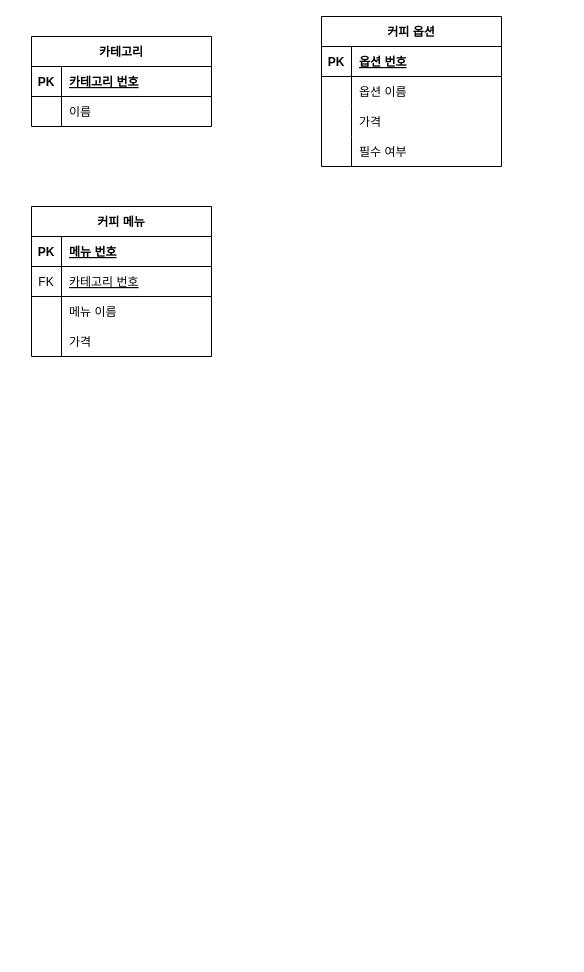
Earlier version of the draw.io diagram physical_ERD.drawio (jdohun/22-1Database). Source tidied: cells renumbered, new cells numbered last; positions are measured from the earlier drawing's top-left corner, leaving out a move shared by most shapes. Both pictures are drawn from the tidied source at 100%, with x=0, y=0 at pixel (31, 16).
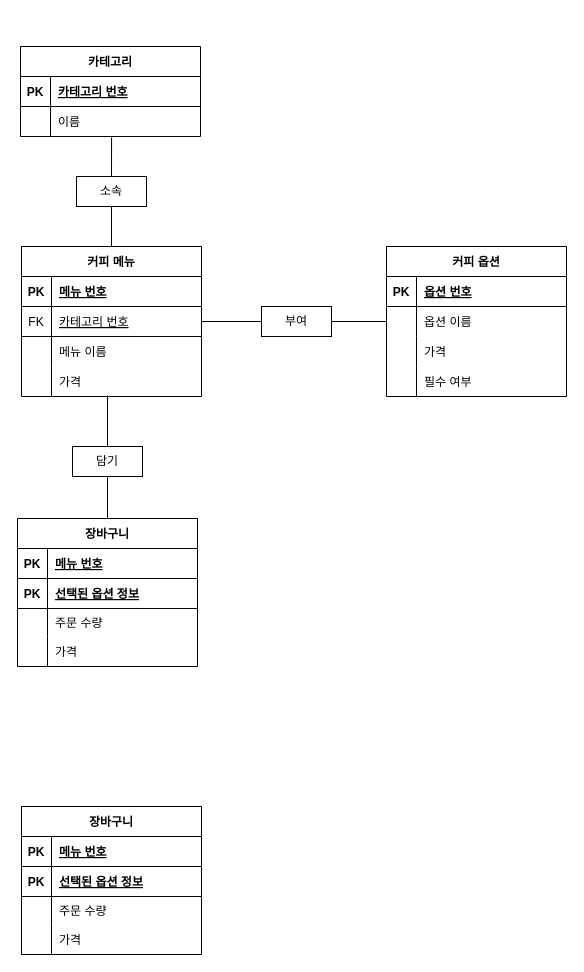
Above is the later version.

Unchanged cells that the change refers to:
```xml
<mxCell id="6" style="shape=tableRow;horizontal=0;startSize=0;swimlaneHead=0;swimlaneBody=0;fillColor=none;points=[[0,0.5],[1,0.5]];portConstraint=eastwest;top=0;left=0;right=0;bottom=0;" parent="2" vertex="1">
  <mxGeometry y="60" width="180" height="30" as="geometry" />
</mxCell>
<mxCell id="13" style="shape=tableRow;horizontal=0;startSize=0;swimlaneHead=0;swimlaneBody=0;fillColor=none;points=[[0,0.5],[1,0.5]];portConstraint=eastwest;top=0;left=0;right=0;bottom=1;" parent="9" vertex="1">
  <mxGeometry y="60" width="180" height="30" as="geometry" />
</mxCell>
<mxCell id="19" style="shape=tableRow;horizontal=0;startSize=0;swimlaneHead=0;swimlaneBody=0;fillColor=none;points=[[0,0.5],[1,0.5]];portConstraint=eastwest;top=0;left=0;right=0;bottom=0;" parent="9" vertex="1">
  <mxGeometry y="120" width="180" height="30" as="geometry" />
</mxCell>
<mxCell id="26" style="shape=tableRow;horizontal=0;startSize=0;swimlaneHead=0;swimlaneBody=0;fillColor=none;points=[[0,0.5],[1,0.5]];portConstraint=eastwest;top=0;left=0;right=0;bottom=0;" parent="22" vertex="1">
  <mxGeometry y="60" width="180" height="30" as="geometry" />
</mxCell>
```

Diff of the diagram source:
```diff
@@
     <mxCell id="2" value="카테고리" style="shape=table;startSize=30;childLayout=tableLayout;rowLines=0;fontStyle=1;align=center;" parent="1" vertex="1">
-      <mxGeometry y="20" width="180" height="90" as="geometry" />
+      <mxGeometry x="-11" y="30" width="180" height="90" as="geometry" />
     </mxCell>
@@
     <mxCell id="9" value="커피 메뉴" style="shape=table;startSize=30;childLayout=tableLayout;rowLines=0;fontStyle=1;align=center;" parent="1" vertex="1">
-      <mxGeometry y="190" width="180" height="150" as="geometry" />
+      <mxGeometry x="-10" y="230" width="180" height="150" as="geometry" />
     </mxCell>
@@
     <mxCell id="22" value="커피 옵션" style="shape=table;startSize=30;childLayout=tableLayout;rowLines=0;fontStyle=1;align=center;" parent="1" vertex="1">
-      <mxGeometry x="290" width="180" height="150" as="geometry" />
+      <mxGeometry x="355" y="230" width="180" height="150" as="geometry" />
     </mxCell>
@@
+    <mxCell id="35" value="소속" style="rounded=0;whiteSpace=wrap;html=1;" parent="1" vertex="1">
+      <mxGeometry x="45" y="160" width="70" height="30" as="geometry" />
+    </mxCell>
+    <mxCell id="36" style="endArrow=none;html=1;rounded=0;entryX=0.506;entryY=1.033;entryDx=0;entryDy=0;entryPerimeter=0;exitX=0.5;exitY=0;exitDx=0;exitDy=0;" parent="1" edge="1" source="35" target="6">
+      <mxGeometry relative="1" as="geometry" />
+    </mxCell>
+    <mxCell id="37" style="endArrow=none;html=1;rounded=0;exitX=0.5;exitY=1;exitDx=0;exitDy=0;entryX=0.5;entryY=0;entryDx=0;entryDy=0;" parent="1" edge="1" source="35" target="9">
+      <mxGeometry relative="1" as="geometry" />
+    </mxCell>
+    <mxCell id="38" value="장바구니" style="shape=table;startSize=30;childLayout=tableLayout;rowLines=0;fontStyle=1;align=center;" parent="1" vertex="1">
+      <mxGeometry x="-14" y="502" width="180" height="148" as="geometry" />
+    </mxCell>
+    <mxCell id="39" style="shape=tableRow;horizontal=0;startSize=0;swimlaneHead=0;swimlaneBody=0;fillColor=none;top=0;left=0;right=0;bottom=1;" parent="38" vertex="1">
+      <mxGeometry y="30" width="180" height="30" as="geometry" />
+    </mxCell>
+    <mxCell id="40" value="PK" style="shape=partialRectangle;fillColor=none;top=0;left=0;bottom=0;right=0;fontStyle=1;overflow=hidden;" parent="39" vertex="1">
+      <mxGeometry width="30" height="30" as="geometry" />
+    </mxCell>
+    <mxCell id="41" value="메뉴 번호" style="shape=partialRectangle;fillColor=none;top=0;left=0;bottom=0;right=0;align=left;spacingLeft=6;fontStyle=5;overflow=hidden;" parent="39" vertex="1">
+      <mxGeometry x="30" width="150" height="30" as="geometry" />
+    </mxCell>
+    <mxCell id="42" style="shape=tableRow;horizontal=0;startSize=0;swimlaneHead=0;swimlaneBody=0;fillColor=none;top=0;left=0;right=0;bottom=1;" parent="38" vertex="1">
+      <mxGeometry y="60" width="180" height="30" as="geometry" />
+    </mxCell>
+    <mxCell id="43" value="PK" style="shape=partialRectangle;fillColor=none;top=0;left=0;bottom=0;right=0;fontStyle=1;overflow=hidden;" parent="42" vertex="1">
+      <mxGeometry width="30" height="30" as="geometry" />
+    </mxCell>
+    <mxCell id="44" value="선택된 옵션 정보" style="shape=partialRectangle;fillColor=none;top=0;left=0;bottom=0;right=0;align=left;spacingLeft=6;fontStyle=5;overflow=hidden;" parent="42" vertex="1">
+      <mxGeometry x="30" width="150" height="30" as="geometry" />
+    </mxCell>
+    <mxCell id="45" style="shape=tableRow;horizontal=0;startSize=0;swimlaneHead=0;swimlaneBody=0;fillColor=none;top=0;left=0;right=0;bottom=0;" parent="38" vertex="1">
+      <mxGeometry y="90" width="180" height="28" as="geometry" />
+    </mxCell>
+    <mxCell id="46" style="shape=partialRectangle;fillColor=none;top=0;left=0;bottom=0;right=0;overflow=hidden;" parent="45" vertex="1">
+      <mxGeometry width="30" height="28" as="geometry" />
+    </mxCell>
+    <mxCell id="47" value="주문 수량" style="shape=partialRectangle;fillColor=none;top=0;left=0;bottom=0;right=0;align=left;spacingLeft=6;overflow=hidden;" parent="45" vertex="1">
+      <mxGeometry x="30" width="150" height="28" as="geometry" />
+    </mxCell>
+    <mxCell id="48" style="shape=tableRow;horizontal=0;startSize=0;swimlaneHead=0;swimlaneBody=0;fillColor=none;top=0;left=0;right=0;bottom=0;" parent="38" vertex="1">
+      <mxGeometry y="118" width="180" height="30" as="geometry" />
+    </mxCell>
+    <mxCell id="49" style="shape=partialRectangle;fillColor=none;top=0;left=0;bottom=0;right=0;overflow=hidden;" parent="48" vertex="1">
+      <mxGeometry width="30" height="30" as="geometry" />
+    </mxCell>
+    <mxCell id="50" value="가격" style="shape=partialRectangle;fillColor=none;top=0;left=0;bottom=0;right=0;align=left;spacingLeft=6;overflow=hidden;" parent="48" vertex="1">
+      <mxGeometry x="30" width="150" height="30" as="geometry" />
+    </mxCell>
+    <mxCell id="51" value="담기" style="rounded=0;whiteSpace=wrap;html=1;" parent="1" vertex="1">
+      <mxGeometry x="41" y="430" width="70" height="30" as="geometry" />
+    </mxCell>
+    <mxCell id="52" value="부여" style="rounded=0;whiteSpace=wrap;html=1;" parent="1" vertex="1">
+      <mxGeometry x="230" y="290" width="70" height="30" as="geometry" />
+    </mxCell>
+    <mxCell id="53" style="endArrow=none;html=1;rounded=0;exitX=1;exitY=0.5;exitDx=0;exitDy=0;entryX=0;entryY=0.5;entryDx=0;entryDy=0;" parent="1" edge="1" source="13" target="52">
+      <mxGeometry relative="1" as="geometry" />
+    </mxCell>
+    <mxCell id="54" style="endArrow=none;html=1;rounded=0;exitX=1;exitY=0.5;exitDx=0;exitDy=0;entryX=0;entryY=0.5;entryDx=0;entryDy=0;" parent="1" edge="1" source="52" target="26">
+      <mxGeometry relative="1" as="geometry" />
+    </mxCell>
+    <mxCell id="55" style="endArrow=none;html=1;rounded=0;exitX=0.5;exitY=0;exitDx=0;exitDy=0;entryX=0.478;entryY=0.967;entryDx=0;entryDy=0;entryPerimeter=0;" parent="1" edge="1" source="51" target="19">
+      <mxGeometry relative="1" as="geometry" />
+    </mxCell>
+    <mxCell id="56" style="endArrow=none;html=1;rounded=0;exitX=0.5;exitY=0;exitDx=0;exitDy=0;entryX=0.5;entryY=1;entryDx=0;entryDy=0;" parent="1" edge="1" source="38" target="51">
+      <mxGeometry relative="1" as="geometry" />
+    </mxCell>
+    <mxCell id="57" value="장바구니" style="shape=table;startSize=30;childLayout=tableLayout;rowLines=0;fontStyle=1;align=center;" parent="1" vertex="1">
+      <mxGeometry x="-10" y="790" width="180" height="148" as="geometry" />
+    </mxCell>
+    <mxCell id="58" style="shape=tableRow;horizontal=0;startSize=0;swimlaneHead=0;swimlaneBody=0;fillColor=none;top=0;left=0;right=0;bottom=1;" parent="57" vertex="1">
+      <mxGeometry y="30" width="180" height="30" as="geometry" />
+    </mxCell>
+    <mxCell id="59" value="PK" style="shape=partialRectangle;fillColor=none;top=0;left=0;bottom=0;right=0;fontStyle=1;overflow=hidden;" parent="58" vertex="1">
+      <mxGeometry width="30" height="30" as="geometry" />
+    </mxCell>
+    <mxCell id="60" value="메뉴 번호" style="shape=partialRectangle;fillColor=none;top=0;left=0;bottom=0;right=0;align=left;spacingLeft=6;fontStyle=5;overflow=hidden;" parent="58" vertex="1">
+      <mxGeometry x="30" width="150" height="30" as="geometry" />
+    </mxCell>
+    <mxCell id="61" style="shape=tableRow;horizontal=0;startSize=0;swimlaneHead=0;swimlaneBody=0;fillColor=none;top=0;left=0;right=0;bottom=1;" parent="57" vertex="1">
+      <mxGeometry y="60" width="180" height="30" as="geometry" />
+    </mxCell>
+    <mxCell id="62" value="PK" style="shape=partialRectangle;fillColor=none;top=0;left=0;bottom=0;right=0;fontStyle=1;overflow=hidden;" parent="61" vertex="1">
+      <mxGeometry width="30" height="30" as="geometry" />
+    </mxCell>
+    <mxCell id="63" value="선택된 옵션 정보" style="shape=partialRectangle;fillColor=none;top=0;left=0;bottom=0;right=0;align=left;spacingLeft=6;fontStyle=5;overflow=hidden;" parent="61" vertex="1">
+      <mxGeometry x="30" width="150" height="30" as="geometry" />
+    </mxCell>
+    <mxCell id="64" style="shape=tableRow;horizontal=0;startSize=0;swimlaneHead=0;swimlaneBody=0;fillColor=none;top=0;left=0;right=0;bottom=0;" parent="57" vertex="1">
+      <mxGeometry y="90" width="180" height="28" as="geometry" />
+    </mxCell>
+    <mxCell id="65" style="shape=partialRectangle;fillColor=none;top=0;left=0;bottom=0;right=0;overflow=hidden;" parent="64" vertex="1">
+      <mxGeometry width="30" height="28" as="geometry" />
+    </mxCell>
+    <mxCell id="66" value="주문 수량" style="shape=partialRectangle;fillColor=none;top=0;left=0;bottom=0;right=0;align=left;spacingLeft=6;overflow=hidden;" parent="64" vertex="1">
+      <mxGeometry x="30" width="150" height="28" as="geometry" />
+    </mxCell>
+    <mxCell id="67" style="shape=tableRow;horizontal=0;startSize=0;swimlaneHead=0;swimlaneBody=0;fillColor=none;top=0;left=0;right=0;bottom=0;" parent="57" vertex="1">
+      <mxGeometry y="118" width="180" height="30" as="geometry" />
+    </mxCell>
+    <mxCell id="68" style="shape=partialRectangle;fillColor=none;top=0;left=0;bottom=0;right=0;overflow=hidden;" parent="67" vertex="1">
+      <mxGeometry width="30" height="30" as="geometry" />
+    </mxCell>
+    <mxCell id="69" value="가격" style="shape=partialRectangle;fillColor=none;top=0;left=0;bottom=0;right=0;align=left;spacingLeft=6;overflow=hidden;" parent="67" vertex="1">
+      <mxGeometry x="30" width="150" height="30" as="geometry" />
+    </mxCell>
```
